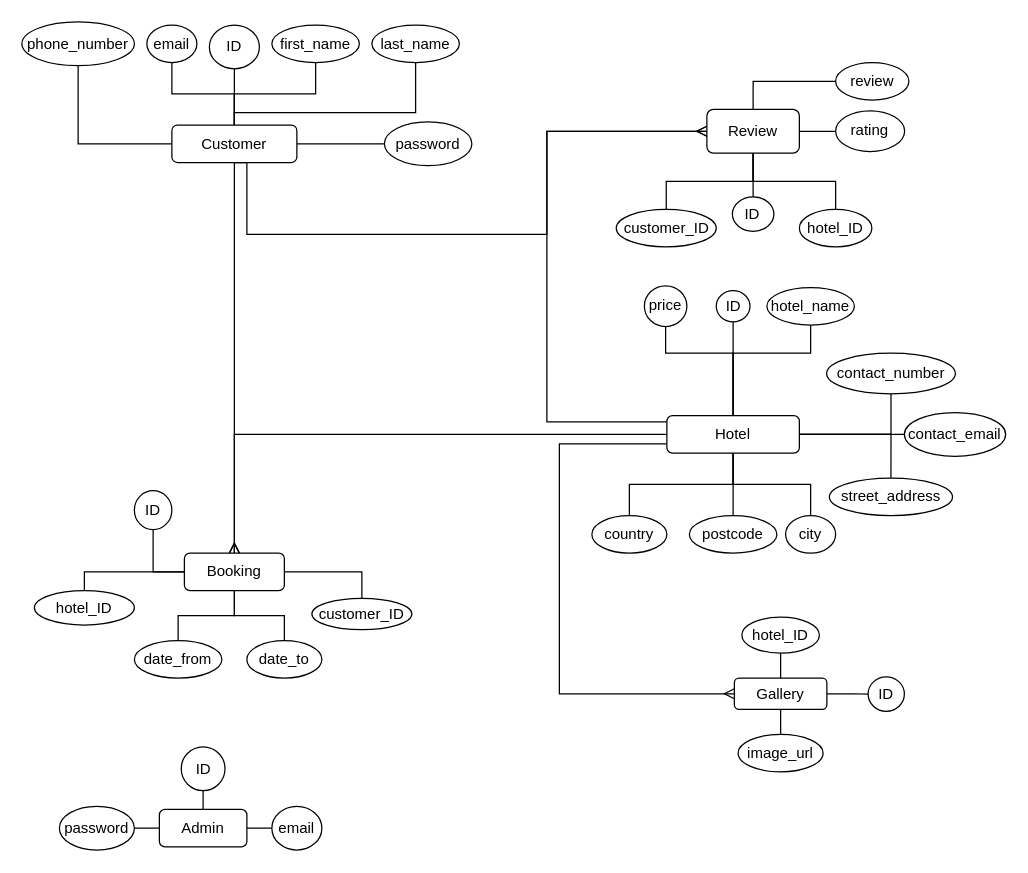
Above: getaway_ERD.drawio in J4CKINS/getaway (draw.io), before the change. Source tidied: cells renumbered, new cells numbered last; positions are measured from the earlier drawing's top-left corner, leaving out a move shared by most shapes. Both pictures are drawn from the tidied source at 125%, with x=0, y=0 at pixel (21, 21).
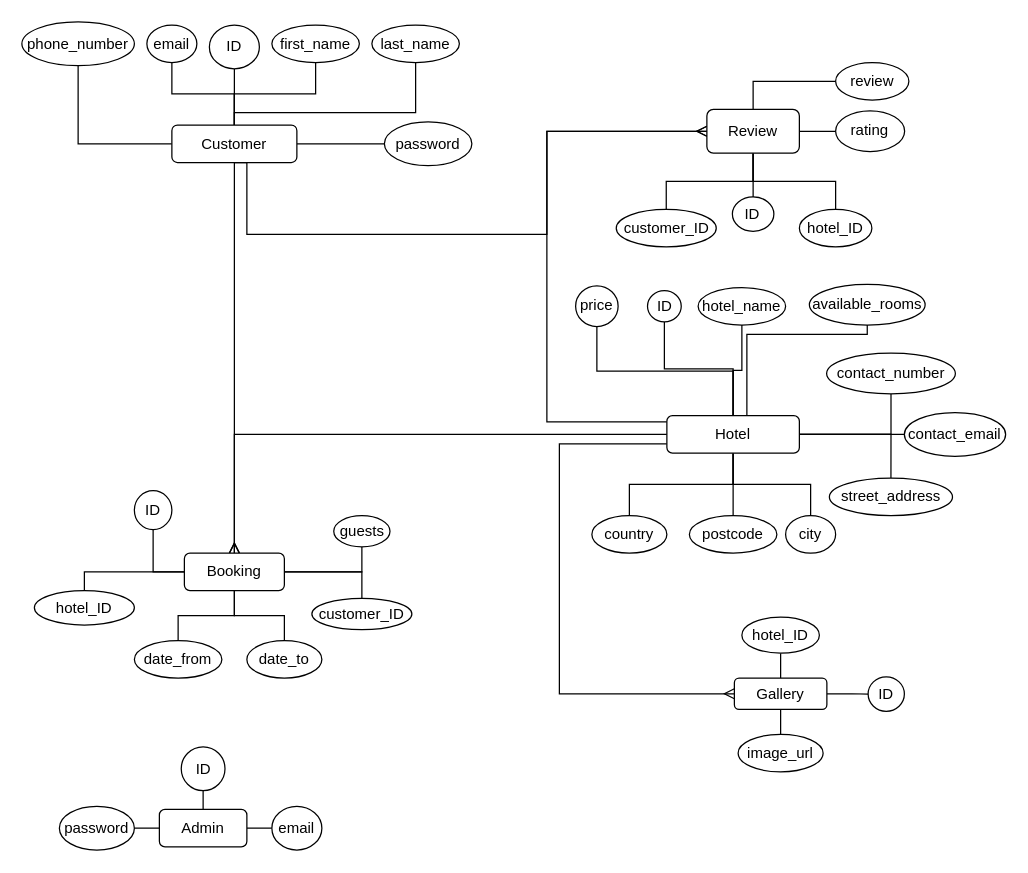
After the change.

Unchanged cells that the change refers to:
```xml
<mxCell id="29" value="Hotel" style="rounded=1;whiteSpace=wrap;html=1;" parent="1" vertex="1">
  <mxGeometry x="516" y="315" width="106" height="30" as="geometry" />
</mxCell>
<mxCell id="44" value="Booking" style="rounded=1;whiteSpace=wrap;html=1;" parent="1" vertex="1">
  <mxGeometry x="130" y="425" width="80" height="30" as="geometry" />
</mxCell>
```

Diff of the diagram source:
```diff
@@
-    <mxCell id="17" style="edgeStyle=orthogonalEdgeStyle;rounded=0;jettySize=auto;html=1;endArrow=none;endFill=0;" parent="1" edge="1" source="29" target="30">
-      <mxGeometry relative="1" as="geometry" />
-    </mxCell>
-    <mxCell id="18" style="edgeStyle=orthogonalEdgeStyle;rounded=0;jettySize=auto;html=1;endArrow=none;endFill=0;" parent="1" edge="1" source="29" target="31">
-      <mxGeometry relative="1" as="geometry">
-        <Array as="points">
-          <mxPoint x="569" y="265" />
-          <mxPoint x="631" y="265" />
-        </Array>
-      </mxGeometry>
-    </mxCell>
@@
-    <mxCell id="23" style="edgeStyle=orthogonalEdgeStyle;rounded=0;jettySize=auto;html=1;endArrow=none;endFill=0;" parent="1" edge="1" source="29" target="36">
-      <mxGeometry relative="1" as="geometry">
-        <Array as="points">
-          <mxPoint x="569" y="265" />
-          <mxPoint x="515" y="265" />
-        </Array>
-      </mxGeometry>
-    </mxCell>
@@
+    <mxCell id="23" style="edgeStyle=orthogonalEdgeStyle;rounded=0;jettySize=auto;html=1;exitX=0.5;exitY=0;exitDx=0;exitDy=0;entryX=0.5;entryY=1;entryDx=0;entryDy=0;endArrow=none;endFill=0;" parent="1" edge="1" source="29" target="36">
+      <mxGeometry relative="1" as="geometry" />
+    </mxCell>
+    <mxCell id="17" style="edgeStyle=orthogonalEdgeStyle;rounded=0;jettySize=auto;html=1;exitX=0.5;exitY=0;exitDx=0;exitDy=0;entryX=0.5;entryY=1;entryDx=0;entryDy=0;endArrow=none;endFill=0;" parent="1" edge="1" source="29" target="30">
+      <mxGeometry relative="1" as="geometry" />
+    </mxCell>
+    <mxCell id="18" style="edgeStyle=orthogonalEdgeStyle;rounded=0;jettySize=auto;html=1;exitX=0.5;exitY=0;exitDx=0;exitDy=0;entryX=0.5;entryY=1;entryDx=0;entryDy=0;endArrow=none;endFill=0;" parent="1" edge="1" source="29" target="31">
+      <mxGeometry relative="1" as="geometry" />
+    </mxCell>
+    <mxCell id="75" style="edgeStyle=orthogonalEdgeStyle;rounded=0;jettySize=auto;html=1;exitX=0.5;exitY=0;exitDx=0;exitDy=0;entryX=0.5;entryY=1;entryDx=0;entryDy=0;endArrow=none;endFill=0;" parent="1" edge="1" source="29" target="77">
+      <mxGeometry relative="1" as="geometry">
+        <Array as="points">
+          <mxPoint x="580" y="315" />
+          <mxPoint x="580" y="250" />
+          <mxPoint x="676" y="250" />
+        </Array>
+      </mxGeometry>
+    </mxCell>
@@
     <mxCell id="30" value="ID" style="ellipse;whiteSpace=wrap;html=1;rounded=1;" parent="1" vertex="1">
-      <mxGeometry x="555.5" y="215" width="27" height="25" as="geometry" />
+      <mxGeometry x="500.5" y="215" width="27" height="25" as="geometry" />
     </mxCell>
     <mxCell id="31" value="hotel_name" style="ellipse;whiteSpace=wrap;html=1;rounded=1;" parent="1" vertex="1">
-      <mxGeometry x="596" y="212.5" width="70" height="30" as="geometry" />
+      <mxGeometry x="541" y="212.5" width="70" height="30" as="geometry" />
     </mxCell>
@@
     <mxCell id="36" value="price" style="ellipse;whiteSpace=wrap;html=1;rounded=1;" parent="1" vertex="1">
-      <mxGeometry x="498" y="211.2" width="34" height="32.5" as="geometry" />
+      <mxGeometry x="443" y="211.2" width="34" height="32.5" as="geometry" />
     </mxCell>
@@
+    <mxCell id="76" style="edgeStyle=orthogonalEdgeStyle;rounded=0;jettySize=auto;html=1;endArrow=none;endFill=0;" parent="1" edge="1" source="44" target="78">
+      <mxGeometry relative="1" as="geometry" />
+    </mxCell>
@@
+    <mxCell id="77" value="available_rooms" style="ellipse;whiteSpace=wrap;html=1;rounded=1;" parent="1" vertex="1">
+      <mxGeometry x="630" y="210" width="92.6" height="32.5" as="geometry" />
+    </mxCell>
+    <mxCell id="78" value="guests" style="ellipse;whiteSpace=wrap;html=1;rounded=1;" parent="1" vertex="1">
+      <mxGeometry x="249.5" y="395" width="45" height="25" as="geometry" />
+    </mxCell>
```
